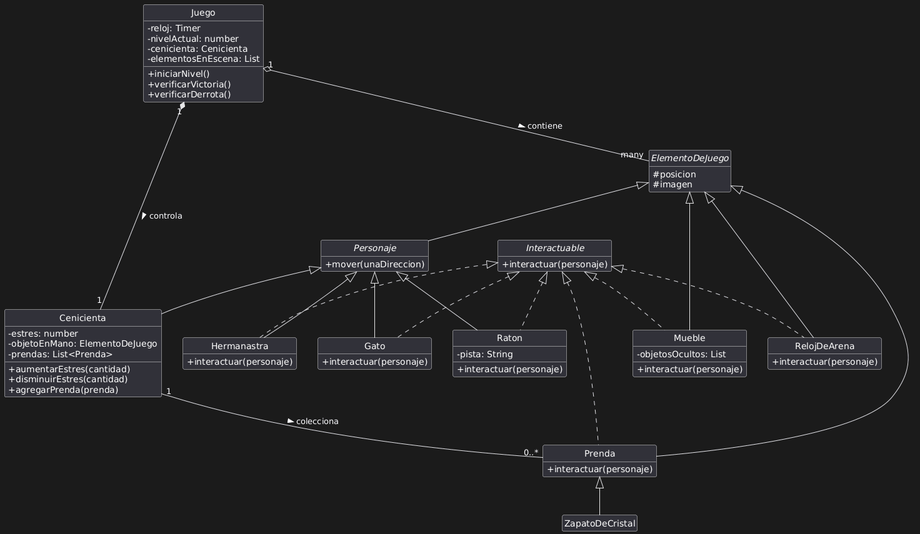
Before: clases.png, a diagram exported from PlantUML (pdepman/2025-o-tpgame-grupo5052).
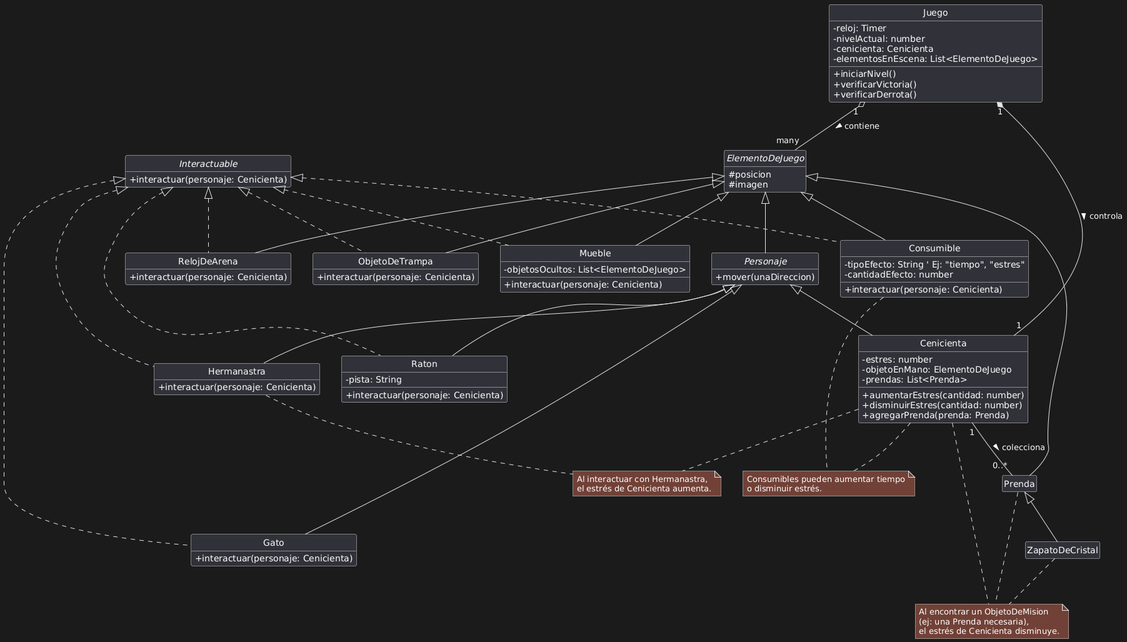
Later version of the same file.

Commit message:
clases corregidas

What changed in the source:
```diff
@@ -7,14 +7,14 @@
   - reloj: Timer
   - nivelActual: number
   - cenicienta: Cenicienta
-  - elementosEnEscena: List
+  - elementosEnEscena: List<ElementoDeJuego>
   + {method} iniciarNivel()
   + {method} verificarVictoria()
   + {method} verificarDerrota()
 }
 
 interface Interactuable {
-  + {method} interactuar(personaje)
+  + {method} interactuar(personaje: Cenicienta)
 }
 
 abstract class ElementoDeJuego {
@@ -30,37 +30,47 @@
   - estres: number
   - objetoEnMano: ElementoDeJuego
   - prendas: List<Prenda>
-  + {method} aumentarEstres(cantidad)
-  + {method} disminuirEstres(cantidad)
-  + {method} agregarPrenda(prenda)
+  + {method} aumentarEstres(cantidad: number)
+  + {method} disminuirEstres(cantidad: number)
+  + {method} agregarPrenda(prenda: Prenda)
 }
 
 class Hermanastra {
-    + {method} interactuar(personaje)
+  + {method} interactuar(personaje: Cenicienta)
 }
 
 class Raton {
   - pista: String
-  + {method} interactuar(personaje)
+  + {method} interactuar(personaje: Cenicienta)
 }
 
 class Gato {
-  + {method} interactuar(personaje)
+  + {method} interactuar(personaje: Cenicienta)
 }
 
 class Mueble {
-  - objetosOcultos: List
-  + {method} interactuar(personaje)
+  - objetosOcultos: List<ElementoDeJuego>
+  + {method} interactuar(personaje: Cenicienta)
+}
+
+class ObjetoDeTrampa {
+  + {method} interactuar(personaje: Cenicienta)
 }
 
 class Prenda {
-    + {method} interactuar(personaje)
 }
 
-class ZapatoDeCristal {}
+class ZapatoDeCristal {
+}
 
 class RelojDeArena {
-  + {method} interactuar(personaje)
+  + {method} interactuar(personaje: Cenicienta)
+}
+
+class Consumible {
+  - tipoEfecto: String ' Ej: "tiempo", "estres"
+  - cantidadEfecto: number
+  + {method} interactuar(personaje: Cenicienta)
 }
 
 
@@ -68,21 +78,37 @@
 Personaje <|-- Cenicienta
 Personaje <|-- Hermanastra
 Personaje <|-- Raton
-Personaje <|-- Gato
+Personaje <|---- Gato
 ElementoDeJuego <|-- Mueble
+ElementoDeJuego <|-- ObjetoDeTrampa
 ElementoDeJuego <|-- Prenda
 Prenda <|-- ZapatoDeCristal
 ElementoDeJuego <|-- RelojDeArena
+ElementoDeJuego <|-- Consumible
 
 Interactuable <|.. Hermanastra
 Interactuable <|.. Raton
 Interactuable <|.. Gato
 Interactuable <|.. Mueble
-Interactuable <|.. Prenda
+Interactuable <|.. ObjetoDeTrampa
 Interactuable <|.. RelojDeArena
+Interactuable <|.. Consumible
 
 
 Juego "1" *-- "1" Cenicienta : controla >
 Juego "1" o-- "many" ElementoDeJuego : contiene >
 Cenicienta "1" -- "0..*" Prenda : colecciona >
+
+note "Al encontrar un ObjetoDeMision\n(ej: una Prenda necesaria),\nel estrés de Cenicienta disminuye." as N1
+Cenicienta .. N1
+Prenda .. N1
+ZapatoDeCristal .. N1
+
+note "Al interactuar con Hermanastra,\nel estrés de Cenicienta aumenta." as N2
+Hermanastra .. N2
+Cenicienta .. N2
+
+note "Consumibles pueden aumentar tiempo\no disminuir estrés." as N3
+Consumible .. N3
+Cenicienta .. N3
 @enduml
```
